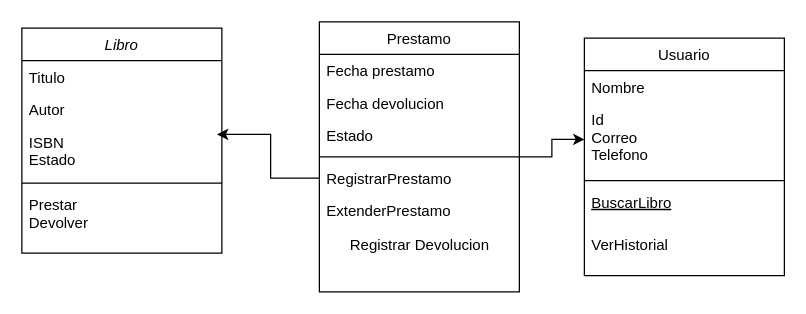
Earlier version of the draw.io diagram Biblioteca.drawio (GiacomoZoet/draw-io). Source tidied: cells renumbered, new cells numbered last; positions are measured from the earlier drawing's top-left corner, leaving out a move shared by most shapes. Both pictures are drawn from the tidied source at 125%, with x=0, y=0 at pixel (21, 21).
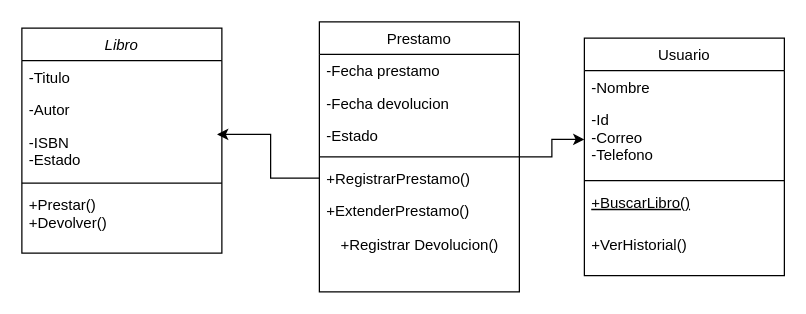
Above is the later version.

The change refers to these unchanged cells:
```xml
<mxCell id="2" value="Libro" style="swimlane;fontStyle=2;align=center;verticalAlign=top;horizontal=1;startSize=26;rounded=0;shadow=0;strokeWidth=1;" parent="1" vertex="1">
  <mxGeometry y="5" width="160" height="180" as="geometry" />
</mxCell>
<mxCell id="8" value="Usuario" style="swimlane;fontStyle=0;align=center;verticalAlign=top;horizontal=1;startSize=26;rounded=0;shadow=0;strokeWidth=1;" parent="1" vertex="1">
  <mxGeometry x="450" y="13" width="160" height="190" as="geometry" />
</mxCell>
<mxCell id="15" value="Prestamo" style="swimlane;fontStyle=0;align=center;verticalAlign=top;horizontal=1;startSize=26;rounded=0;shadow=0;strokeWidth=1;" parent="1" vertex="1">
  <mxGeometry x="238" width="160" height="216" as="geometry" />
</mxCell>
```

The edit, as a diff of the source:
```diff
@@
-    <mxCell id="3" value="Titulo" style="text;align=left;verticalAlign=top;spacingLeft=4;spacingRight=4;overflow=hidden;" parent="2" vertex="1">
+    <mxCell id="3" value="-Titulo" style="text;align=left;verticalAlign=top;spacingLeft=4;spacingRight=4;overflow=hidden;" parent="2" vertex="1">
       <mxGeometry y="26" width="160" height="26" as="geometry" />
     </mxCell>
-    <mxCell id="4" value="Autor" style="text;align=left;verticalAlign=top;spacingLeft=4;spacingRight=4;overflow=hidden;rounded=0;shadow=0;html=0;" parent="2" vertex="1">
+    <mxCell id="4" value="-Autor" style="text;align=left;verticalAlign=top;spacingLeft=4;spacingRight=4;overflow=hidden;rounded=0;shadow=0;html=0;" parent="2" vertex="1">
       <mxGeometry y="52" width="160" height="26" as="geometry" />
     </mxCell>
-    <mxCell id="5" value="ISBN&#10;Estado" style="text;align=left;verticalAlign=top;spacingLeft=4;spacingRight=4;overflow=hidden;points=[[0,0.5],[1,0.5]];portConstraint=eastwest;rounded=0;shadow=0;html=0;" parent="2" vertex="1">
+    <mxCell id="5" value="-ISBN&#10;-Estado" style="text;align=left;verticalAlign=top;spacingLeft=4;spacingRight=4;overflow=hidden;points=[[0,0.5],[1,0.5]];portConstraint=eastwest;rounded=0;shadow=0;html=0;" parent="2" vertex="1">
       <mxGeometry y="78" width="160" height="42" as="geometry" />
     </mxCell>
@@
-    <mxCell id="7" value="Prestar&#10;Devolver" style="text;align=left;verticalAlign=top;spacingLeft=4;spacingRight=4;overflow=hidden;" parent="2" vertex="1">
+    <mxCell id="7" value="+Prestar()&#10;+Devolver()" style="text;align=left;verticalAlign=top;spacingLeft=4;spacingRight=4;overflow=hidden;" parent="2" vertex="1">
       <mxGeometry y="128" width="160" height="42" as="geometry" />
     </mxCell>
@@
-    <mxCell id="9" value="Nombre" style="text;align=left;verticalAlign=top;spacingLeft=4;spacingRight=4;overflow=hidden;" parent="8" vertex="1">
+    <mxCell id="9" value="-Nombre" style="text;align=left;verticalAlign=top;spacingLeft=4;spacingRight=4;overflow=hidden;" parent="8" vertex="1">
       <mxGeometry y="26" width="160" height="26" as="geometry" />
     </mxCell>
-    <mxCell id="10" value="Id&#10;Correo&#10;Telefono" style="text;align=left;verticalAlign=top;spacingLeft=4;spacingRight=4;overflow=hidden;points=[[0,0.5],[1,0.5]];portConstraint=eastwest;rounded=0;shadow=0;html=0;" parent="8" vertex="1">
+    <mxCell id="10" value="-Id&#10;-Correo&#10;-Telefono" style="text;align=left;verticalAlign=top;spacingLeft=4;spacingRight=4;overflow=hidden;points=[[0,0.5],[1,0.5]];portConstraint=eastwest;rounded=0;shadow=0;html=0;" parent="8" vertex="1">
       <mxGeometry y="52" width="160" height="58" as="geometry" />
     </mxCell>
@@
-    <mxCell id="12" value="BuscarLibro" style="text;align=left;verticalAlign=top;spacingLeft=4;spacingRight=4;overflow=hidden;fontStyle=4;" parent="8" vertex="1">
+    <mxCell id="12" value="+BuscarLibro()" style="text;align=left;verticalAlign=top;spacingLeft=4;spacingRight=4;overflow=hidden;fontStyle=4;" parent="8" vertex="1">
       <mxGeometry y="118" width="160" height="34" as="geometry" />
     </mxCell>
-    <mxCell id="13" value="VerHistorial" style="text;align=left;verticalAlign=top;spacingLeft=4;spacingRight=4;overflow=hidden;" parent="8" vertex="1">
+    <mxCell id="13" value="+VerHistorial()" style="text;align=left;verticalAlign=top;spacingLeft=4;spacingRight=4;overflow=hidden;" parent="8" vertex="1">
       <mxGeometry y="152" width="160" height="38" as="geometry" />
     </mxCell>
@@
-    <mxCell id="16" value="Fecha prestamo" style="text;align=left;verticalAlign=top;spacingLeft=4;spacingRight=4;overflow=hidden;" parent="15" vertex="1">
+    <mxCell id="16" value="-Fecha prestamo" style="text;align=left;verticalAlign=top;spacingLeft=4;spacingRight=4;overflow=hidden;" parent="15" vertex="1">
       <mxGeometry y="26" width="160" height="26" as="geometry" />
     </mxCell>
-    <mxCell id="17" value="Fecha devolucion" style="text;align=left;verticalAlign=top;spacingLeft=4;spacingRight=4;overflow=hidden;rounded=0;shadow=0;html=0;" parent="15" vertex="1">
+    <mxCell id="17" value="-Fecha devolucion" style="text;align=left;verticalAlign=top;spacingLeft=4;spacingRight=4;overflow=hidden;rounded=0;shadow=0;html=0;" parent="15" vertex="1">
       <mxGeometry y="52" width="160" height="26" as="geometry" />
     </mxCell>
-    <mxCell id="18" value="Estado" style="text;align=left;verticalAlign=top;spacingLeft=4;spacingRight=4;overflow=hidden;rounded=0;shadow=0;html=0;" parent="15" vertex="1">
+    <mxCell id="18" value="-Estado" style="text;align=left;verticalAlign=top;spacingLeft=4;spacingRight=4;overflow=hidden;rounded=0;shadow=0;html=0;" parent="15" vertex="1">
       <mxGeometry y="78" width="160" height="26" as="geometry" />
     </mxCell>
@@
-    <mxCell id="20" value="RegistrarPrestamo" style="text;align=left;verticalAlign=top;spacingLeft=4;spacingRight=4;overflow=hidden;points=[[0,0.5],[1,0.5]];portConstraint=eastwest;" parent="15" vertex="1">
+    <mxCell id="20" value="+RegistrarPrestamo()" style="text;align=left;verticalAlign=top;spacingLeft=4;spacingRight=4;overflow=hidden;points=[[0,0.5],[1,0.5]];portConstraint=eastwest;" parent="15" vertex="1">
       <mxGeometry y="112" width="160" height="26" as="geometry" />
     </mxCell>
-    <mxCell id="21" value="ExtenderPrestamo" style="text;align=left;verticalAlign=top;spacingLeft=4;spacingRight=4;overflow=hidden;" parent="15" vertex="1">
+    <mxCell id="21" value="+ExtenderPrestamo()" style="text;align=left;verticalAlign=top;spacingLeft=4;spacingRight=4;overflow=hidden;" parent="15" vertex="1">
       <mxGeometry y="138" width="160" height="26" as="geometry" />
     </mxCell>
-    <mxCell id="22" value="Registrar Devolucion" style="text;html=1;align=center;verticalAlign=middle;strokeColor=none;fillColor=none;" parent="15" vertex="1">
+    <mxCell id="22" value="+Registrar Devolucion()" style="text;html=1;align=center;verticalAlign=middle;strokeColor=none;fillColor=none;" parent="15" vertex="1">
       <mxGeometry y="164" width="160" height="30" as="geometry" />
     </mxCell>
```
